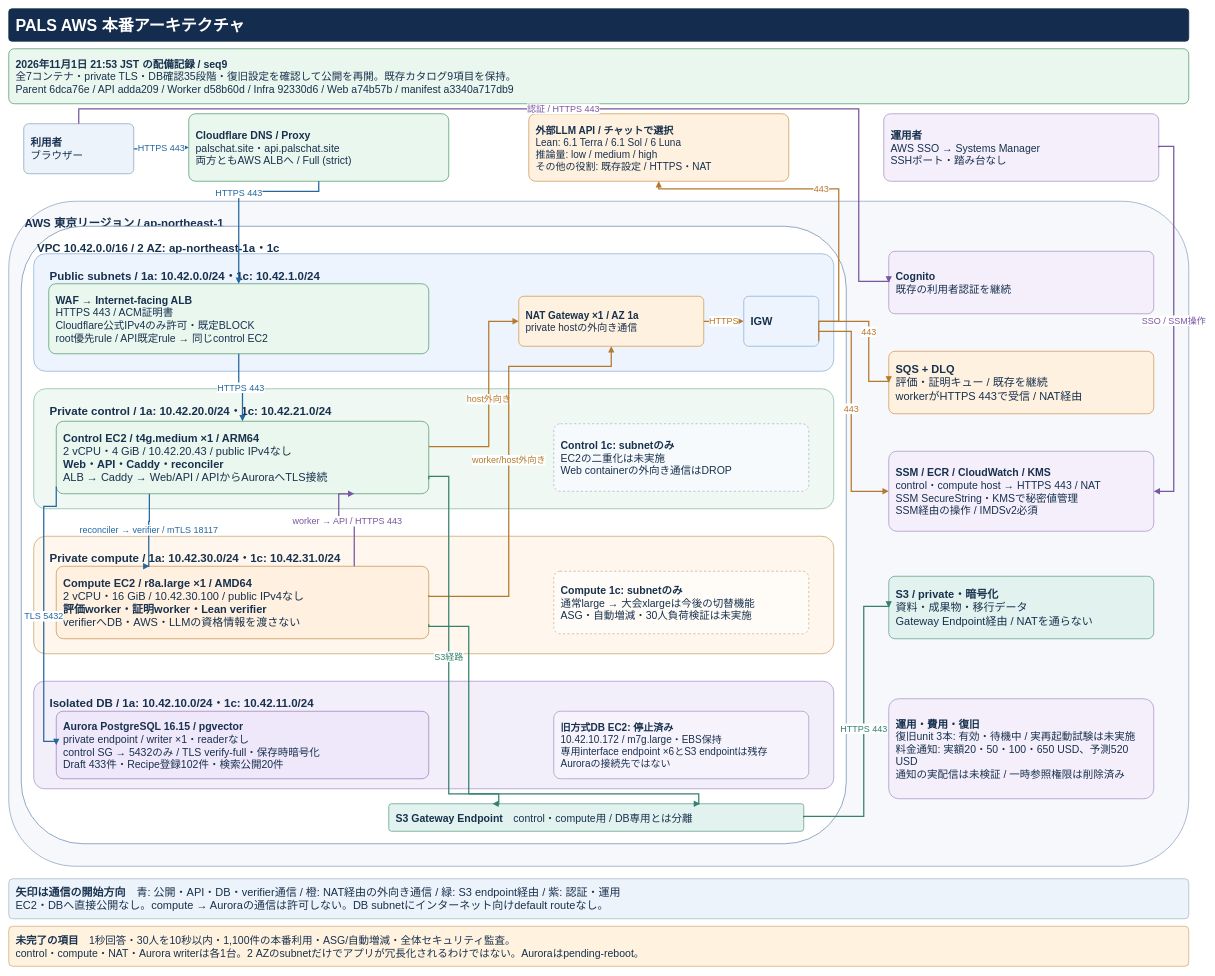
Before: docs/diagrams/pals-aws-private-target.drawio in AtsushiHosaka/pals, a draw.io diagram. Source tidied: cells renumbered, new cells numbered last; positions are measured from the earlier drawing's top-left corner, leaving out a move shared by most shapes. Both pictures are drawn from the tidied source at 50%, with x=0, y=0 at pixel (8, 8).
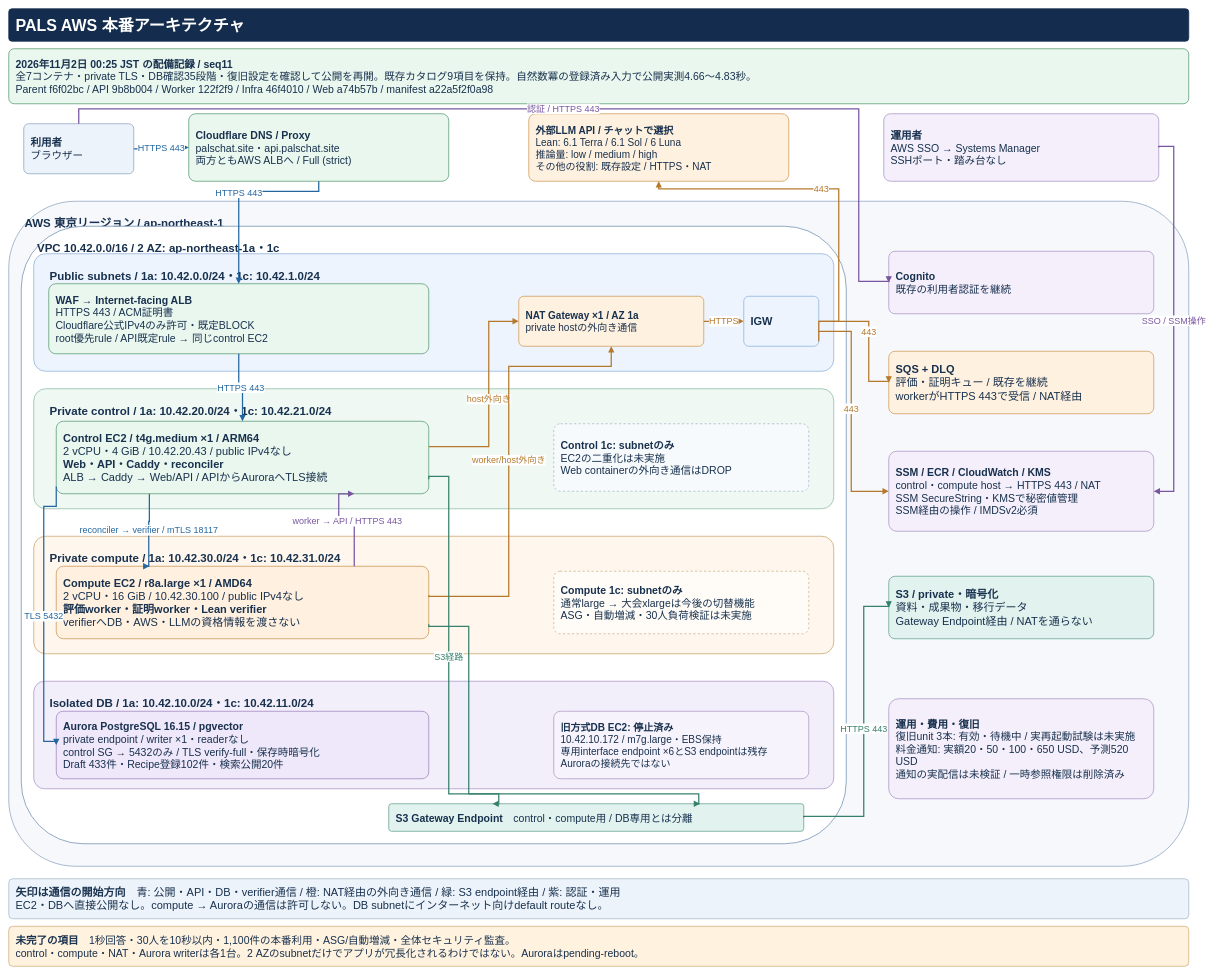
Above is the later version.

Commit message (it also covers changes not shown here):
docs: publish measured Recipe reuse and sequence 11 architecture (#127)

Change to the diagram source:
```diff
@@
-    <mxCell id="3" value="&lt;b&gt;2026年11月1日 21:53 JST の配備記録 / seq9&lt;/b&gt;&lt;br&gt;全7コンテナ・private TLS・DB確認35段階・復旧設定を確認して公開を再開。既存カタログ9項目を保持。&lt;br&gt;Parent 6dca76e / API adda209 / Worker d58b60d / Infra 92330d6 / Web a74b57b / manifest a3340a717db9" style="rounded=1;arcSize=10;whiteSpace=wrap;html=1;fillColor=#eaf7ee;strokeColor=#579a72;strokeWidth=1.5;fontSize=21;fontFamily=Hiragino Sans,Noto Sans JP,Arial;fontColor=#18314e;align=left;verticalAlign=middle;spacing=14;" parent="1" vertex="1">
+    <mxCell id="3" value="&lt;b&gt;2026年11月2日 00:25 JST の配備記録 / seq11&lt;/b&gt;&lt;br&gt;全7コンテナ・private TLS・DB確認35段階・復旧設定を確認して公開を再開。既存カタログ9項目を保持。自然数冪の登録済み入力で公開実測4.66〜4.83秒。&lt;br&gt;Parent f6f02bc / API 9b8b004 / Worker 122f2f9 / Infra 46f4010 / Web a74b57b / manifest a22a5f2f0a98" style="rounded=1;arcSize=10;whiteSpace=wrap;html=1;fillColor=#eaf7ee;strokeColor=#579a72;strokeWidth=1.5;fontSize=21;fontFamily=Hiragino Sans,Noto Sans JP,Arial;fontColor=#18314e;align=left;verticalAlign=middle;spacing=14;" parent="1" vertex="1">
       <mxGeometry y="80" width="2360" height="110" as="geometry" />
     </mxCell>
```
